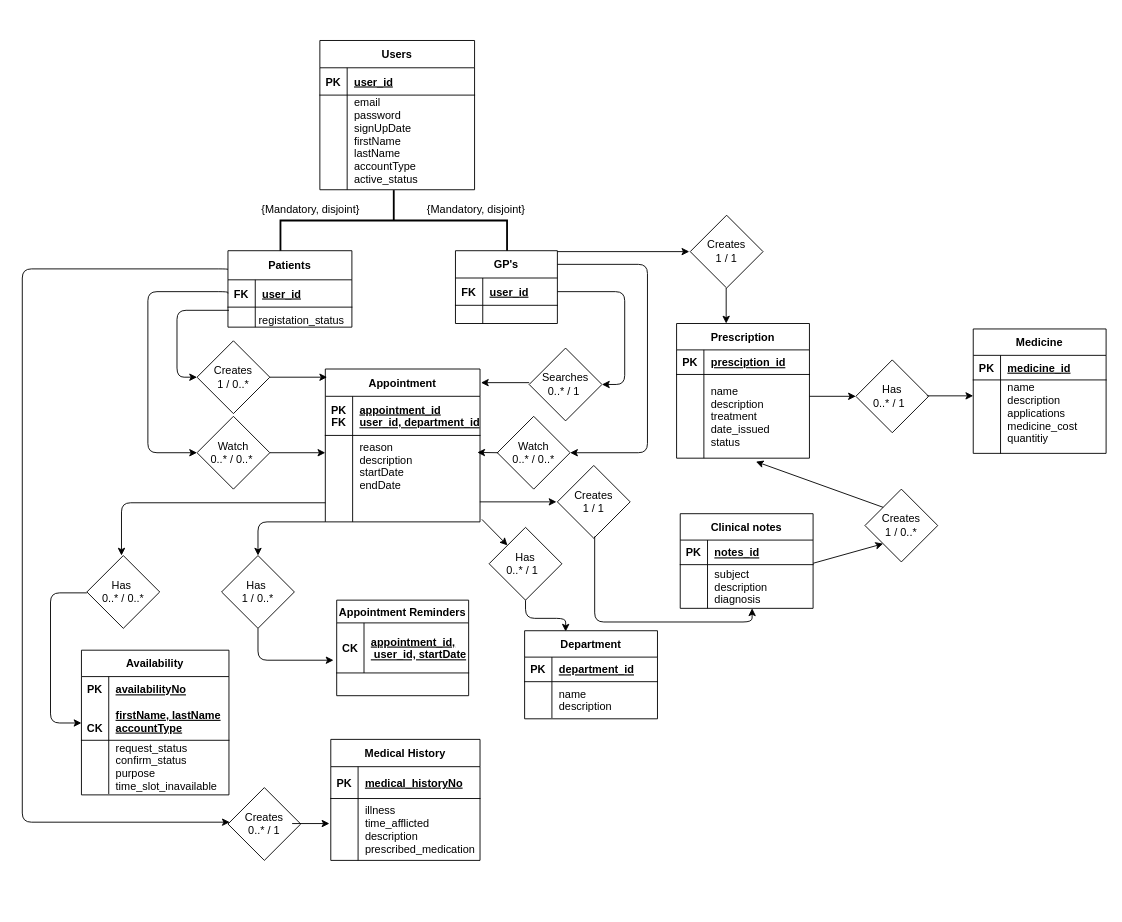
Earlier version of the draw.io diagram ehealthproject_ERD.drawio (shaundbs/programming-cw). Source tidied: cells renumbered, new cells numbered last; positions are measured from the earlier drawing's top-left corner, leaving out a move shared by most shapes. Both pictures are drawn from the tidied source at 91%, with x=0, y=0 at pixel (22, 40).
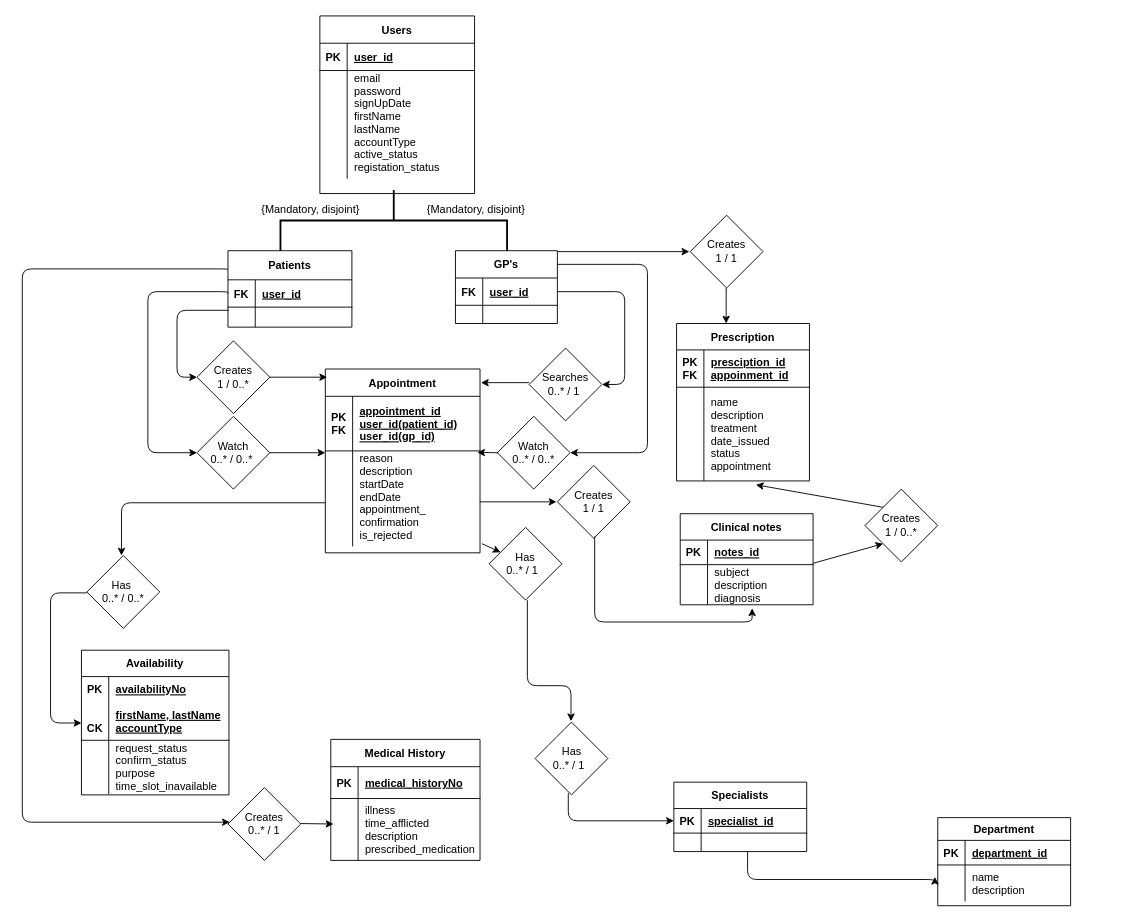
After the change.

Unchanged cells that the change refers to:
```xml
<mxCell id="11" value="Has&lt;br&gt;0..* / 1 &amp;nbsp;" style="rhombus;whiteSpace=wrap;html=1;" parent="1" vertex="1">
  <mxGeometry x="513" y="535" width="80" height="80" as="geometry" />
</mxCell>
```

Change to the diagram source:
```diff
@@
-    <mxCell id="10" style="edgeStyle=orthogonalEdgeStyle;rounded=1;jettySize=auto;html=1;entryX=0.309;entryY=0.01;entryDx=0;entryDy=0;entryPerimeter=0;" parent="1" edge="1" source="11" target="26">
-      <mxGeometry relative="1" as="geometry" />
-    </mxCell>
@@
     <mxCell id="12" value="Appointment" style="shape=table;startSize=30;childLayout=tableLayout;rowLines=0;fontStyle=1;align=center;" parent="1" vertex="1">
-      <mxGeometry x="333" y="361" width="170" height="168" as="geometry" />
+      <mxGeometry x="333" y="361" width="170" height="202" as="geometry" />
     </mxCell>
     <mxCell id="13" style="shape=partialRectangle;fillColor=none;top=0;left=0;right=0;bottom=1;" parent="12" vertex="1">
-      <mxGeometry y="30" width="170" height="43" as="geometry" />
+      <mxGeometry y="30" width="170" height="60" as="geometry" />
     </mxCell>
     <mxCell id="14" value="PK&#10;FK" style="shape=partialRectangle;overflow=hidden;fillColor=none;top=0;left=0;bottom=0;right=0;fontStyle=1;" parent="13" vertex="1">
-      <mxGeometry width="30" height="43" as="geometry" />
+      <mxGeometry width="30" height="60" as="geometry" />
     </mxCell>
-    <mxCell id="15" value="appointment_id&#10;user_id, department_id" style="shape=partialRectangle;overflow=hidden;fillColor=none;top=0;left=0;bottom=0;right=0;align=left;spacingLeft=6;fontStyle=5;" parent="13" vertex="1">
-      <mxGeometry x="30" width="140" height="43" as="geometry" />
+    <mxCell id="15" value="appointment_id&#10;user_id(patient_id)&#10;user_id(gp_id)" style="shape=partialRectangle;overflow=hidden;fillColor=none;top=0;left=0;bottom=0;right=0;align=left;spacingLeft=6;fontStyle=5;" parent="13" vertex="1">
+      <mxGeometry x="30" width="140" height="60" as="geometry" />
     </mxCell>
     <mxCell id="16" style="shape=partialRectangle;fillColor=none;points=[[0,0.5],[1,0.5]];portConstraint=eastwest;top=0;left=0;right=0;bottom=0;" parent="12" vertex="1">
-      <mxGeometry y="73" width="170" height="95" as="geometry" />
+      <mxGeometry y="90" width="170" height="105" as="geometry" />
     </mxCell>
     <mxCell id="17" style="shape=partialRectangle;overflow=hidden;fillColor=none;top=0;left=0;bottom=0;right=0;" parent="16" vertex="1">
-      <mxGeometry width="30" height="95" as="geometry" />
+      <mxGeometry width="30" height="105" as="geometry" />
     </mxCell>
-    <mxCell id="18" value="reason&#10;description&#10;startDate&#10;endDate&#10;&#10;" style="shape=partialRectangle;overflow=hidden;fillColor=none;top=0;left=0;bottom=0;right=0;align=left;spacingLeft=6;" parent="16" vertex="1">
-      <mxGeometry x="30" width="140" height="95" as="geometry" />
+    <mxCell id="18" value="reason&#10;description&#10;startDate&#10;endDate&#10;appointment_&#10;confirmation&#10;is_rejected&#10;&#10;" style="shape=partialRectangle;overflow=hidden;fillColor=none;top=0;left=0;bottom=0;right=0;align=left;spacingLeft=6;" parent="16" vertex="1">
+      <mxGeometry x="30" width="140" height="105" as="geometry" />
     </mxCell>
@@
-    <mxCell id="26" value="Department" style="shape=table;startSize=29;childLayout=tableLayout;rowLines=0;fontStyle=1;align=center;" parent="1" vertex="1">
-      <mxGeometry x="552" y="648.6" width="146" height="96.8" as="geometry" />
+    <mxCell id="26" value="Department" style="shape=table;startSize=25;childLayout=tableLayout;rowLines=0;fontStyle=1;align=center;" parent="1" vertex="1">
+      <mxGeometry x="1006" y="854" width="146" height="96.8" as="geometry" />
     </mxCell>
     <mxCell id="27" style="shape=partialRectangle;fillColor=none;top=0;left=0;bottom=1;right=0;" parent="26" vertex="1">
-      <mxGeometry y="29" width="146" height="27" as="geometry" />
+      <mxGeometry y="25" width="146" height="27" as="geometry" />
     </mxCell>
@@
     <mxCell id="30" style="shape=partialRectangle;fillColor=none;top=0;left=0;bottom=0;right=0;points=[[0,0.5],[1,0.5]];portConstraint=eastwest;" parent="26" vertex="1">
-      <mxGeometry y="56" width="146" height="40" as="geometry" />
+      <mxGeometry y="52" width="146" height="40" as="geometry" />
     </mxCell>
@@
     <mxCell id="33" value="Users" style="shape=table;startSize=30;childLayout=tableLayout;rowLines=0;fontStyle=1;align=center;" parent="1" vertex="1">
-      <mxGeometry x="327" width="170" height="164" as="geometry" />
+      <mxGeometry x="327" y="-27" width="170" height="195.2" as="geometry" />
     </mxCell>
@@
     <mxCell id="37" style="shape=partialRectangle;fillColor=none;top=0;left=0;right=0;bottom=0;" parent="33" vertex="1">
-      <mxGeometry y="60" width="170" height="104" as="geometry" />
+      <mxGeometry y="60" width="170" height="119" as="geometry" />
     </mxCell>
     <mxCell id="38" style="shape=partialRectangle;overflow=hidden;fillColor=none;top=0;left=0;bottom=0;right=0;" parent="37" vertex="1">
-      <mxGeometry width="30" height="104" as="geometry" />
+      <mxGeometry width="30" height="119" as="geometry" />
     </mxCell>
-    <mxCell id="39" value="email&#10;password&#10;signUpDate&#10;firstName&#10;lastName&#10;accountType&#10;active_status&#10;" style="shape=partialRectangle;overflow=hidden;fillColor=none;top=0;left=0;bottom=0;right=0;align=left;spacingLeft=6;" parent="37" vertex="1">
-      <mxGeometry x="30" width="140" height="104" as="geometry" />
+    <mxCell id="39" value="email&#10;password&#10;signUpDate&#10;firstName&#10;lastName&#10;accountType&#10;active_status&#10;registation_status&#10;" style="shape=partialRectangle;overflow=hidden;fillColor=none;top=0;left=0;bottom=0;right=0;align=left;spacingLeft=6;" parent="37" vertex="1">
+      <mxGeometry x="30" width="140" height="119" as="geometry" />
     </mxCell>
@@
-    <mxCell id="61" value="Appointment Reminders" style="shape=table;startSize=25;childLayout=tableLayout;rowLines=0;fontStyle=1;align=center;" parent="1" vertex="1">
-      <mxGeometry x="345.5" y="615" width="145" height="105" as="geometry" />
-    </mxCell>
-    <mxCell id="62" style="shape=partialRectangle;fillColor=none;top=0;left=0;bottom=1;right=0;" parent="61" vertex="1">
-      <mxGeometry y="25" width="145" height="55" as="geometry" />
-    </mxCell>
-    <mxCell id="63" value="CK" style="shape=partialRectangle;fillColor=none;top=0;left=0;bottom=0;right=0;fontStyle=1;overflow=hidden;" parent="62" vertex="1">
-      <mxGeometry width="30" height="55" as="geometry" />
-    </mxCell>
-    <mxCell id="64" value="appointment_id,&#10; user_id, startDate" style="shape=partialRectangle;fillColor=none;top=0;left=0;bottom=0;right=0;align=left;spacingLeft=6;fontStyle=5;overflow=hidden;" parent="62" vertex="1">
-      <mxGeometry x="30" width="115" height="55" as="geometry" />
-    </mxCell>
@@
     <mxCell id="69" value="Prescription" style="shape=table;startSize=29;childLayout=tableLayout;rowLines=0;fontStyle=1;align=center;" parent="1" vertex="1">
-      <mxGeometry x="719" y="311" width="146" height="148" as="geometry" />
+      <mxGeometry x="719" y="311" width="146" height="173" as="geometry" />
     </mxCell>
     <mxCell id="70" style="shape=partialRectangle;fillColor=none;top=0;left=0;bottom=1;right=0;" parent="69" vertex="1">
-      <mxGeometry y="29" width="146" height="27" as="geometry" />
+      <mxGeometry y="29" width="146" height="41" as="geometry" />
     </mxCell>
-    <mxCell id="71" value="PK" style="shape=partialRectangle;fillColor=none;top=0;left=0;bottom=0;right=0;fontStyle=1;overflow=hidden;" parent="70" vertex="1">
-      <mxGeometry width="30" height="27" as="geometry" />
+    <mxCell id="71" value="PK&#10;FK" style="shape=partialRectangle;fillColor=none;top=0;left=0;bottom=0;right=0;fontStyle=1;overflow=hidden;" parent="70" vertex="1">
+      <mxGeometry width="30" height="41" as="geometry" />
     </mxCell>
-    <mxCell id="72" value="presciption_id" style="shape=partialRectangle;fillColor=none;top=0;left=0;bottom=0;right=0;align=left;spacingLeft=6;fontStyle=5;overflow=hidden;" parent="70" vertex="1">
-      <mxGeometry x="30" width="116" height="27" as="geometry" />
+    <mxCell id="72" value="presciption_id&#10;appoinment_id" style="shape=partialRectangle;fillColor=none;top=0;left=0;bottom=0;right=0;align=left;spacingLeft=6;fontStyle=5;overflow=hidden;" parent="70" vertex="1">
+      <mxGeometry x="30" width="116" height="41" as="geometry" />
     </mxCell>
     <mxCell id="73" style="shape=partialRectangle;fillColor=none;top=0;left=0;bottom=0;right=0;points=[[0,0.5],[1,0.5]];portConstraint=eastwest;" parent="69" vertex="1">
-      <mxGeometry y="56" width="146" height="92" as="geometry" />
+      <mxGeometry y="70" width="146" height="103" as="geometry" />
     </mxCell>
     <mxCell id="74" style="shape=partialRectangle;fillColor=none;top=0;left=0;bottom=0;right=0;overflow=hidden;" parent="73" vertex="1">
-      <mxGeometry width="30" height="92" as="geometry" />
+      <mxGeometry width="30" height="103" as="geometry" />
     </mxCell>
-    <mxCell id="75" value="name&#10;description&#10;treatment&#10;date_issued&#10;status" style="shape=partialRectangle;fillColor=none;top=0;left=0;bottom=0;right=0;align=left;spacingLeft=6;overflow=hidden;" parent="73" vertex="1">
-      <mxGeometry x="30" width="116" height="92" as="geometry" />
+    <mxCell id="75" value="name&#10;description&#10;treatment&#10;date_issued&#10;status&#10;appointment" style="shape=partialRectangle;fillColor=none;top=0;left=0;bottom=0;right=0;align=left;spacingLeft=6;overflow=hidden;" parent="73" vertex="1">
+      <mxGeometry x="30" width="116" height="103" as="geometry" />
     </mxCell>
@@
     <mxCell id="80" value="Clinical notes" style="shape=table;startSize=29;childLayout=tableLayout;rowLines=0;fontStyle=1;align=center;" parent="1" vertex="1">
-      <mxGeometry x="723" y="520" width="146" height="104" as="geometry" />
+      <mxGeometry x="723" y="520" width="146" height="100.1" as="geometry" />
     </mxCell>
@@
     <mxCell id="84" style="shape=partialRectangle;fillColor=none;top=0;left=0;bottom=0;right=0;" parent="80" vertex="1">
-      <mxGeometry y="56" width="146" height="48" as="geometry" />
+      <mxGeometry y="56" width="146" height="44" as="geometry" />
     </mxCell>
     <mxCell id="85" style="shape=partialRectangle;fillColor=none;top=0;left=0;bottom=0;right=0;overflow=hidden;" parent="84" vertex="1">
-      <mxGeometry width="30" height="48" as="geometry" />
+      <mxGeometry width="30" height="44" as="geometry" />
     </mxCell>
     <mxCell id="86" value="subject&#10;description&#10;diagnosis" style="shape=partialRectangle;fillColor=none;top=0;left=0;bottom=0;right=0;align=left;spacingLeft=6;overflow=hidden;" parent="84" vertex="1">
-      <mxGeometry x="30" width="116" height="48" as="geometry" />
+      <mxGeometry x="30" width="116" height="44" as="geometry" />
     </mxCell>
-    <mxCell id="87" style="endArrow=classic;html=1;" parent="1" edge="1">
-      <mxGeometry relative="1" as="geometry">
-        <mxPoint x="865" y="391" as="sourcePoint" />
-        <mxPoint x="916" y="391" as="targetPoint" />
-      </mxGeometry>
-    </mxCell>
-    <mxCell id="88" value="Has&lt;br&gt;0..* / 1 &amp;nbsp;" style="rhombus;whiteSpace=wrap;html=1;" parent="1" vertex="1">
-      <mxGeometry x="916" y="351" width="80" height="80" as="geometry" />
-    </mxCell>
-    <mxCell id="89" style="endArrow=classic;html=1;" parent="1" edge="1">
-      <mxGeometry relative="1" as="geometry">
-        <mxPoint x="994" y="390.5" as="sourcePoint" />
-        <mxPoint x="1045" y="390.5" as="targetPoint" />
-      </mxGeometry>
-    </mxCell>
-    <mxCell id="90" value="Medicine" style="shape=table;startSize=29;childLayout=tableLayout;rowLines=0;fontStyle=1;align=center;" parent="1" vertex="1">
-      <mxGeometry x="1045" y="317" width="146" height="136.7" as="geometry" />
-    </mxCell>
-    <mxCell id="91" style="shape=partialRectangle;fillColor=none;top=0;left=0;bottom=1;right=0;points=[[0,0.5],[1,0.5]];portConstraint=eastwest;" parent="90" vertex="1">
-      <mxGeometry y="29" width="146" height="27" as="geometry" />
-    </mxCell>
-    <mxCell id="92" value="PK" style="shape=partialRectangle;fillColor=none;top=0;left=0;bottom=0;right=0;fontStyle=1;overflow=hidden;" parent="91" vertex="1">
-      <mxGeometry width="30" height="27" as="geometry" />
-    </mxCell>
-    <mxCell id="93" value="medicine_id" style="shape=partialRectangle;fillColor=none;top=0;left=0;bottom=0;right=0;align=left;spacingLeft=6;fontStyle=5;overflow=hidden;" parent="91" vertex="1">
-      <mxGeometry x="30" width="116" height="27" as="geometry" />
-    </mxCell>
-    <mxCell id="94" style="shape=partialRectangle;fillColor=none;top=0;left=0;bottom=0;right=0;" parent="90" vertex="1">
-      <mxGeometry y="56" width="146" height="81" as="geometry" />
-    </mxCell>
-    <mxCell id="95" style="shape=partialRectangle;fillColor=none;top=0;left=0;bottom=0;right=0;overflow=hidden;" parent="94" vertex="1">
-      <mxGeometry width="30" height="81" as="geometry" />
-    </mxCell>
-    <mxCell id="96" value="name&#10;description&#10;applications&#10;medicine_cost&#10;quantitiy&#10;" style="shape=partialRectangle;fillColor=none;top=0;left=0;bottom=0;right=0;align=left;spacingLeft=6;overflow=hidden;" parent="94" vertex="1">
-      <mxGeometry x="30" width="116" height="81" as="geometry" />
-    </mxCell>
     <mxCell id="97" style="endArrow=classic;html=1;" parent="1" edge="1">
       <mxGeometry relative="1" as="geometry">
-        <mxPoint x="296.5" y="860.5" as="sourcePoint" />
-        <mxPoint x="337.5" y="860.5" as="targetPoint" />
+        <mxPoint x="306" y="860.5" as="sourcePoint" />
+        <mxPoint x="342" y="861" as="targetPoint" />
       </mxGeometry>
     </mxCell>
@@
-    <mxCell id="102" style="edgeStyle=orthogonalEdgeStyle;rounded=1;jettySize=auto;html=1;entryX=0;entryY=0.5;entryDx=0;entryDy=0;" parent="1" edge="1" target="103">
-      <mxGeometry relative="1" as="geometry">
-        <mxPoint x="333" y="529" as="sourcePoint" />
-        <Array as="points">
-          <mxPoint x="333" y="529" />
-          <mxPoint x="259" y="529" />
-        </Array>
-      </mxGeometry>
-    </mxCell>
-    <mxCell id="103" value="Has&amp;nbsp;&lt;br&gt;1 / 0..*" style="rhombus;whiteSpace=wrap;html=1;direction=south;" parent="1" vertex="1">
-      <mxGeometry x="219" y="566" width="80" height="80" as="geometry" />
-    </mxCell>
-    <mxCell id="104" style="edgeStyle=orthogonalEdgeStyle;rounded=1;orthogonalLoop=1;jettySize=auto;html=1;" parent="1" edge="1">
-      <mxGeometry relative="1" as="geometry">
-        <mxPoint x="259" y="646" as="sourcePoint" />
-        <mxPoint x="342" y="681" as="targetPoint" />
-        <Array as="points">
-          <mxPoint x="259" y="681" />
-        </Array>
-      </mxGeometry>
-    </mxCell>
@@
-    <mxCell id="115" value="registation_status" style="shape=partialRectangle;overflow=hidden;fillColor=none;top=0;left=0;bottom=0;right=0;align=left;spacingLeft=6;" parent="1" vertex="1">
+    <mxCell id="115" style="shape=partialRectangle;overflow=hidden;fillColor=none;top=0;left=0;bottom=0;right=0;align=left;spacingLeft=6;" parent="1" vertex="1">
       <mxGeometry x="252" y="292" width="113" height="31" as="geometry" />
     </mxCell>
@@
+    <mxCell id="88" value="Has&lt;br&gt;0..* / 1 &amp;nbsp;" style="rhombus;whiteSpace=wrap;html=1;" parent="1" vertex="1">
+      <mxGeometry x="563.5" y="749" width="80" height="80" as="geometry" />
+    </mxCell>
+    <mxCell id="117" style="edgeStyle=orthogonalEdgeStyle;rounded=1;orthogonalLoop=1;jettySize=auto;html=1;" parent="1" edge="1">
+      <mxGeometry relative="1" as="geometry">
+        <mxPoint x="555" y="615" as="sourcePoint" />
+        <mxPoint x="603" y="748" as="targetPoint" />
+        <Array as="points">
+          <mxPoint x="555" y="709" />
+          <mxPoint x="603" y="709" />
+        </Array>
+      </mxGeometry>
+    </mxCell>
+    <mxCell id="118" value="Specialists" style="shape=table;startSize=29;childLayout=tableLayout;rowLines=0;fontStyle=1;align=center;" parent="1" vertex="1">
+      <mxGeometry x="716" y="815" width="146" height="76.3" as="geometry" />
+    </mxCell>
+    <mxCell id="91" style="shape=partialRectangle;fillColor=none;top=0;left=0;bottom=1;right=0;points=[[0,0.5],[1,0.5]];portConstraint=eastwest;" parent="118" vertex="1">
+      <mxGeometry y="29" width="146" height="27" as="geometry" />
+    </mxCell>
+    <mxCell id="92" value="PK" style="shape=partialRectangle;fillColor=none;top=0;left=0;bottom=0;right=0;fontStyle=1;overflow=hidden;" parent="91" vertex="1">
+      <mxGeometry width="30" height="27" as="geometry" />
+    </mxCell>
+    <mxCell id="119" value="specialist_id" style="shape=partialRectangle;fillColor=none;top=0;left=0;bottom=0;right=0;align=left;spacingLeft=6;fontStyle=5;overflow=hidden;" parent="91" vertex="1">
+      <mxGeometry x="30" width="116" height="27" as="geometry" />
+    </mxCell>
+    <mxCell id="120" style="shape=partialRectangle;fillColor=none;top=0;left=0;bottom=0;right=0;" parent="118" vertex="1">
+      <mxGeometry y="56" width="146" height="20" as="geometry" />
+    </mxCell>
+    <mxCell id="121" style="shape=partialRectangle;fillColor=none;top=0;left=0;bottom=0;right=0;overflow=hidden;" parent="120" vertex="1">
+      <mxGeometry width="30" height="20" as="geometry" />
+    </mxCell>
+    <mxCell id="122" style="shape=partialRectangle;fillColor=none;top=0;left=0;bottom=0;right=0;align=left;spacingLeft=6;overflow=hidden;" parent="120" vertex="1">
+      <mxGeometry x="30" width="116" height="20" as="geometry" />
+    </mxCell>
+    <mxCell id="123" style="edgeStyle=orthogonalEdgeStyle;rounded=1;jettySize=auto;html=1;entryX=0;entryY=0.5;entryDx=0;entryDy=0;" parent="1" edge="1" target="91">
+      <mxGeometry relative="1" as="geometry">
+        <mxPoint x="600" y="827" as="sourcePoint" />
+        <Array as="points">
+          <mxPoint x="600" y="858" />
+        </Array>
+      </mxGeometry>
+    </mxCell>
+    <mxCell id="124" style="edgeStyle=orthogonalEdgeStyle;rounded=1;jettySize=auto;html=1;entryX=-0.021;entryY=0.328;entryDx=0;entryDy=0;entryPerimeter=0;" parent="1" edge="1" target="30">
+      <mxGeometry relative="1" as="geometry">
+        <mxPoint x="797" y="891.3" as="sourcePoint" />
+        <Array as="points">
+          <mxPoint x="797" y="922" />
+          <mxPoint x="1003" y="922" />
+        </Array>
+      </mxGeometry>
+    </mxCell>
```
